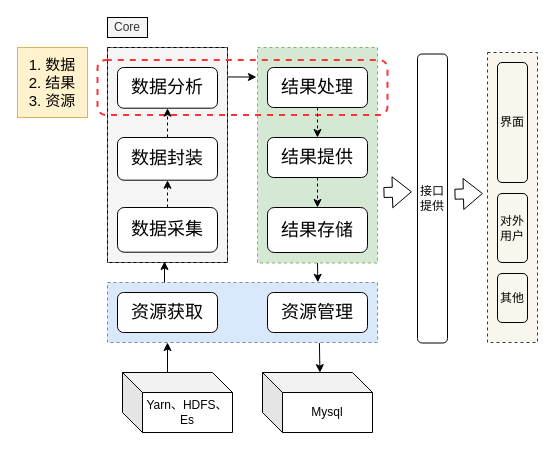
The draw.io diagram warship/Warship逻辑架构图.drawio in imperio-wxm/draw, before the edit. Source tidied: cells renumbered, new cells numbered last; positions are measured from the earlier drawing's top-left corner, leaving out a move shared by most shapes. Both pictures are drawn from the tidied source at 100%, with x=0, y=0 at pixel (17, 17).
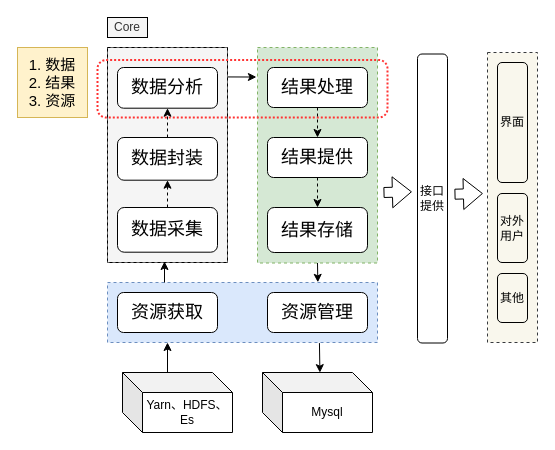
The same page after the edit.

Commit message (it also covers changes not shown here):
Update Warship逻辑架构图.drawio

What changed in the source:
```diff
@@
-    <mxCell id="5" style="rounded=1;whiteSpace=wrap;html=1;dashed=1;fillColor=none;strokeWidth=2;strokeColor=#FF3333;" parent="1" vertex="1">
-      <mxGeometry x="80" y="42.5" width="290" height="55" as="geometry" />
+    <mxCell id="5" style="rounded=1;whiteSpace=wrap;html=1;fillColor=none;strokeWidth=2;strokeColor=#FF3333;dashed=1;dashPattern=1 1;" parent="1" vertex="1">
+      <mxGeometry x="80" y="42.5" width="290" height="57.5" as="geometry" />
     </mxCell>
```
